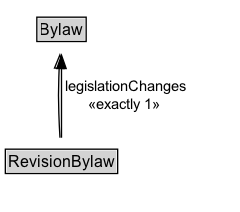
Earlier version of the Graphviz export docs/diagrams/RevisionBylaw.dot.png (ISO-TC204/ontology-cdm-p2-v1). Its source is kept beside it as docs/diagrams/RevisionBylaw.dot. The source it was exported from:
```dot
digraph {
	graph [overlap=false rankdir=TB splines=true]
	node [fontname=Arial fontsize=12 margin=0 shape=none]
	edge [fontname=Arial fontsize=11]
	{
		rank=max
		RevisionBylaw [label=<<TABLE BORDER="1" CELLBORDER="0" CELLSPACING="0" CELLPADDING="1"><TR><TD BGCOLOR="lightgray" ALIGN="CENTER" PORT="e">RevisionBylaw</TD></TR></TABLE>> URL="../RevisionBylaw.md" margin=0]
	}
	subgraph cluster_associated {
		label="" style=invis
		Invis [label=<<TABLE BORDER="0" CELLBORDER="0" CELLSPACING="0" CELLPADDING="1"><TR><TD></TD></TR></TABLE>> margin=0 style=invis]
	}
	Bylaw [label=<<TABLE BORDER="1" CELLBORDER="0" CELLSPACING="0" CELLPADDING="1"><TR><TD BGCOLOR="lightgray" ALIGN="CENTER">Bylaw</TD></TR></TABLE>> URL="../Bylaw.md" margin=0]
	RevisionBylaw -> Bylaw [arrowhead=onormal style=solid]
	Bylaw [label=<<TABLE BORDER="1" CELLBORDER="0" CELLSPACING="0" CELLPADDING="1"><TR><TD BGCOLOR="lightgray" ALIGN="CENTER">Bylaw</TD></TR></TABLE>> URL="../Bylaw.md" margin=0]
	RevisionBylaw -> Bylaw [label=" legislationChanges
 «exactly 1»  " arrowhead=normal style=solid]
}
```
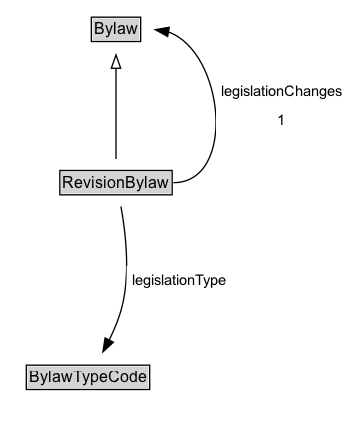
Later version of the same file.

What changed in the source:
```diff
@@ -3,16 +3,23 @@
 	node [fontname=Arial fontsize=12 margin=0 shape=none]
 	edge [fontname=Arial fontsize=11]
 	{
+		rank=source
+		Bylaw [label=<<TABLE BORDER="1" CELLBORDER="0" CELLSPACING="0" CELLPADDING="1"><TR><TD BGCOLOR="lightgray" ALIGN="CENTER">Bylaw</TD></TR></TABLE>> URL="../Bylaw" margin=0]
+	}
+	RevisionBylaw [label=<<TABLE BORDER="1" CELLBORDER="0" CELLSPACING="0" CELLPADDING="1"><TR><TD BGCOLOR="lightgray" ALIGN="CENTER">RevisionBylaw</TD></TR></TABLE>> URL="../RevisionBylaw" margin=0]
+	{
 		rank=max
-		RevisionBylaw [label=<<TABLE BORDER="1" CELLBORDER="0" CELLSPACING="0" CELLPADDING="1"><TR><TD BGCOLOR="lightgray" ALIGN="CENTER" PORT="e">RevisionBylaw</TD></TR></TABLE>> URL="../RevisionBylaw.md" margin=0]
 	}
 	subgraph cluster_associated {
 		label="" style=invis
 		Invis [label=<<TABLE BORDER="0" CELLBORDER="0" CELLSPACING="0" CELLPADDING="1"><TR><TD></TD></TR></TABLE>> margin=0 style=invis]
+		BylawTypeCode [label=<<TABLE BORDER="1" CELLBORDER="0" CELLSPACING="0" CELLPADDING="1"><TR><TD BGCOLOR="lightgray" ALIGN="CENTER">BylawTypeCode</TD></TR></TABLE>> URL="../BylawTypeCode" margin=0]
 	}
-	Bylaw [label=<<TABLE BORDER="1" CELLBORDER="0" CELLSPACING="0" CELLPADDING="1"><TR><TD BGCOLOR="lightgray" ALIGN="CENTER">Bylaw</TD></TR></TABLE>> URL="../Bylaw.md" margin=0]
 	RevisionBylaw -> Bylaw [arrowhead=onormal style=solid]
-	Bylaw [label=<<TABLE BORDER="1" CELLBORDER="0" CELLSPACING="0" CELLPADDING="1"><TR><TD BGCOLOR="lightgray" ALIGN="CENTER">Bylaw</TD></TR></TABLE>> URL="../Bylaw.md" margin=0]
-	RevisionBylaw -> Bylaw [label=" legislationChanges
- «exactly 1»  " arrowhead=normal style=solid]
+	RevisionBylaw -> Invis [style=invis]
+	Invis -> BylawTypeCode [style=invis]
+	Bylaw [label=<<TABLE BORDER="1" CELLBORDER="0" CELLSPACING="0" CELLPADDING="1"><TR><TD BGCOLOR="lightgray" ALIGN="CENTER">Bylaw</TD></TR></TABLE>> URL="../Bylaw" margin=0]
+	RevisionBylaw:e -> Bylaw:e [label=<<TABLE BORDER="0" CELLBORDER="0" CELLSPACING="0" CELLPADDING="4" BGCOLOR="white"><TR><TD ALIGN="CENTER">legislationChanges</TD></TR><TR><TD ALIGN="CENTER">1</TD></TR></TABLE>> arrowhead=normal constraint=false style=solid]
+	BylawTypeCode [label=<<TABLE BORDER="1" CELLBORDER="0" CELLSPACING="0" CELLPADDING="1"><TR><TD BGCOLOR="lightgray" ALIGN="CENTER">BylawTypeCode</TD></TR></TABLE>> URL="../BylawTypeCode" margin=0]
+	RevisionBylaw -> BylawTypeCode [label=<<TABLE BORDER="0" CELLBORDER="0" CELLSPACING="0" CELLPADDING="4" BGCOLOR="white"><TR><TD ALIGN="CENTER">legislationType</TD></TR></TABLE>> arrowhead=normal style=solid]
 }
```
